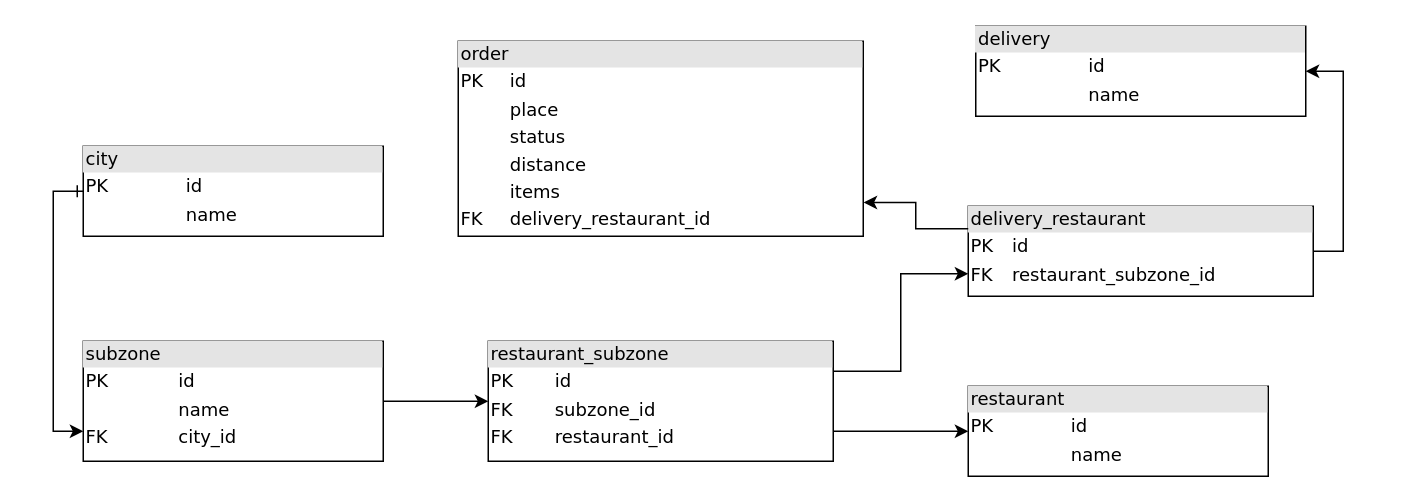
This is ErDiagram.drawio from kristinakd/kristinakd1, a draw.io file, before an edit. Source tidied: cells renumbered, new cells numbered last; positions are measured from the earlier drawing's top-left corner, leaving out a move shared by most shapes. Both pictures are drawn from the tidied source at 150%, with x=0, y=0 at pixel (82, 26).
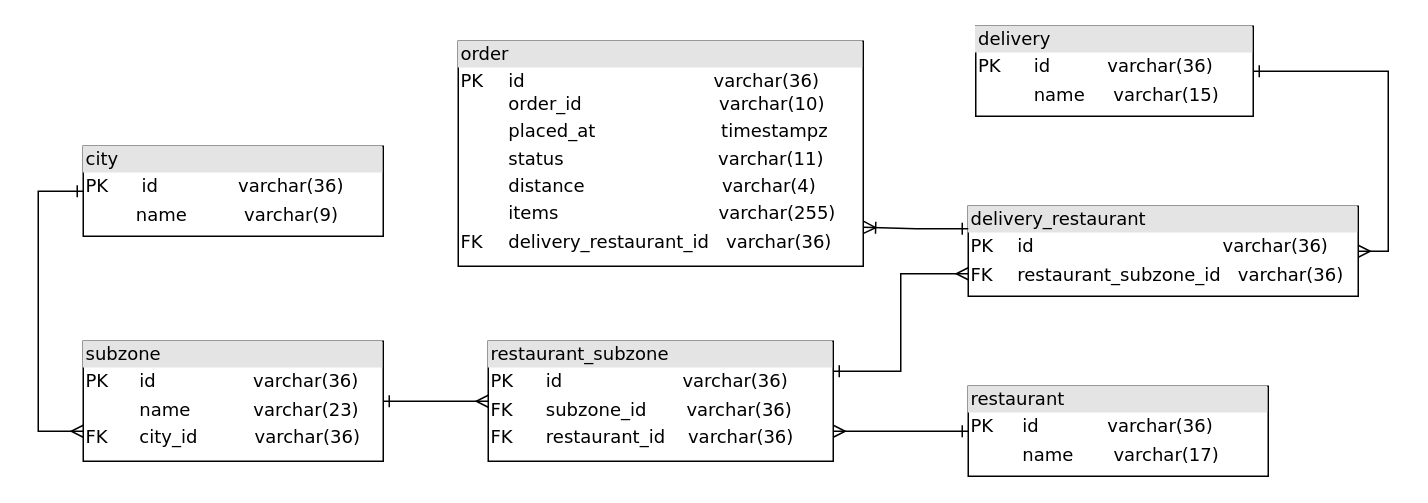
After the change.

The edit, as a diff of the source:
```diff
@@
 <mxGraphModel>
   <root>
     <mxCell id="0" />
     <mxCell id="1" parent="0" />
-    <mxCell id="2" value="&lt;div style=&quot;box-sizing: border-box; width: 100%; background-color: rgb(228, 228, 228); padding: 2px;&quot;&gt;order&lt;/div&gt;&lt;table style=&quot;width: 100% ; font-size: 1em&quot; cellpadding=&quot;2&quot; cellspacing=&quot;0&quot;&gt;&lt;tbody&gt;&lt;tr&gt;&lt;td&gt;PK&lt;/td&gt;&lt;td&gt;id&lt;/td&gt;&lt;/tr&gt;&lt;tr&gt;&lt;td&gt;&lt;br&gt;&lt;/td&gt;&lt;td&gt;place&lt;/td&gt;&lt;/tr&gt;&lt;tr&gt;&lt;td&gt;&lt;/td&gt;&lt;td&gt;status&lt;/td&gt;&lt;/tr&gt;&lt;tr&gt;&lt;td&gt;&lt;br&gt;&lt;/td&gt;&lt;td&gt;distance&lt;br&gt;&lt;/td&gt;&lt;/tr&gt;&lt;tr&gt;&lt;td&gt;&lt;br&gt;&lt;/td&gt;&lt;td&gt;items&lt;br&gt;&lt;/td&gt;&lt;/tr&gt;&lt;tr&gt;&lt;td&gt;FK&lt;br&gt;&lt;/td&gt;&lt;td&gt;delivery_restaurant_id&lt;/td&gt;&lt;/tr&gt;&lt;tr&gt;&lt;td&gt;&lt;/td&gt;&lt;td&gt;&lt;/td&gt;&lt;/tr&gt;&lt;/tbody&gt;&lt;/table&gt;" style="verticalAlign=top;align=left;overflow=fill;html=1;rounded=0;shadow=0;comic=0;labelBackgroundColor=none;strokeWidth=1;fontFamily=Verdana;fontSize=12;" parent="1" vertex="1">
-      <mxGeometry x="250" y="10" width="270" height="130" as="geometry" />
+    <mxCell id="2" value="&lt;div style=&quot;box-sizing: border-box; width: 100%; background-color: rgb(228, 228, 228); padding: 2px;&quot;&gt;order&lt;/div&gt;&lt;table style=&quot;width: 100% ; font-size: 1em&quot; cellpadding=&quot;2&quot; cellspacing=&quot;0&quot;&gt;&lt;tbody&gt;&lt;tr&gt;&lt;td&gt;PK&lt;br&gt;&lt;br&gt;&lt;/td&gt;&lt;td&gt;&amp;nbsp; &amp;nbsp;id &amp;nbsp; &amp;nbsp; &amp;nbsp; &amp;nbsp; &amp;nbsp; &amp;nbsp; &amp;nbsp; &amp;nbsp; &amp;nbsp; &amp;nbsp; &amp;nbsp; &amp;nbsp; &amp;nbsp; &amp;nbsp; &amp;nbsp; &amp;nbsp; varchar(36)&lt;br&gt;&amp;nbsp; &amp;nbsp;order_id &amp;nbsp; &amp;nbsp; &amp;nbsp; &amp;nbsp; &amp;nbsp; &amp;nbsp; &amp;nbsp; &amp;nbsp; &amp;nbsp; &amp;nbsp; &amp;nbsp; &amp;nbsp;varchar(10)&lt;/td&gt;&lt;/tr&gt;&lt;tr&gt;&lt;td&gt;&lt;br&gt;&lt;/td&gt;&lt;td&gt;&amp;nbsp; &amp;nbsp;placed_at &amp;nbsp; &amp;nbsp; &amp;nbsp; &amp;nbsp; &amp;nbsp; &amp;nbsp; &amp;nbsp; &amp;nbsp; &amp;nbsp; &amp;nbsp; &amp;nbsp;timestampz&lt;/td&gt;&lt;/tr&gt;&lt;tr&gt;&lt;td&gt;&lt;/td&gt;&lt;td&gt;&amp;nbsp; &amp;nbsp;status &amp;nbsp; &amp;nbsp; &amp;nbsp; &amp;nbsp; &amp;nbsp; &amp;nbsp; &amp;nbsp; &amp;nbsp; &amp;nbsp; &amp;nbsp; &amp;nbsp; &amp;nbsp; &amp;nbsp; varchar(11)&lt;/td&gt;&lt;/tr&gt;&lt;tr&gt;&lt;td&gt;&lt;br&gt;&lt;/td&gt;&lt;td&gt;&amp;nbsp; &amp;nbsp;distance &amp;nbsp; &amp;nbsp; &amp;nbsp; &amp;nbsp; &amp;nbsp; &amp;nbsp; &amp;nbsp; &amp;nbsp; &amp;nbsp; &amp;nbsp; &amp;nbsp; &amp;nbsp;varchar(4)&lt;br&gt;&lt;/td&gt;&lt;/tr&gt;&lt;tr&gt;&lt;td&gt;&lt;br&gt;&lt;/td&gt;&lt;td&gt;&amp;nbsp; &amp;nbsp;items &amp;nbsp; &amp;nbsp; &amp;nbsp; &amp;nbsp; &amp;nbsp; &amp;nbsp; &amp;nbsp; &amp;nbsp; &amp;nbsp; &amp;nbsp; &amp;nbsp; &amp;nbsp; &amp;nbsp; &amp;nbsp;varchar(255)&lt;br&gt;&lt;/td&gt;&lt;/tr&gt;&lt;tr&gt;&lt;td&gt;FK&lt;br&gt;&lt;/td&gt;&lt;td&gt;&amp;nbsp; &amp;nbsp;delivery_restaurant_id &amp;nbsp; varchar(36)&lt;/td&gt;&lt;/tr&gt;&lt;tr&gt;&lt;td&gt;&lt;/td&gt;&lt;td&gt;&lt;/td&gt;&lt;/tr&gt;&lt;/tbody&gt;&lt;/table&gt;" style="verticalAlign=top;align=left;overflow=fill;html=1;rounded=0;shadow=0;comic=0;labelBackgroundColor=none;strokeWidth=1;fontFamily=Verdana;fontSize=12;" parent="1" vertex="1">
+      <mxGeometry x="250" y="10" width="270" height="150" as="geometry" />
     </mxCell>
-    <mxCell id="3" value="&lt;div style=&quot;box-sizing: border-box; width: 100%; background-color: rgb(228, 228, 228); padding: 2px;&quot;&gt;delivery&lt;/div&gt;&lt;table style=&quot;width: 100% ; font-size: 1em&quot; cellpadding=&quot;2&quot; cellspacing=&quot;0&quot;&gt;&lt;tbody&gt;&lt;tr&gt;&lt;td&gt;PK&lt;/td&gt;&lt;td&gt;id&lt;/td&gt;&lt;/tr&gt;&lt;tr&gt;&lt;td&gt;&lt;br&gt;&lt;/td&gt;&lt;td&gt;name&lt;/td&gt;&lt;/tr&gt;&lt;tr&gt;&lt;td&gt;&lt;br&gt;&lt;/td&gt;&lt;td&gt;&lt;/td&gt;&lt;/tr&gt;&lt;/tbody&gt;&lt;/table&gt;" style="verticalAlign=top;align=left;overflow=fill;html=1;rounded=0;shadow=0;comic=0;labelBackgroundColor=none;strokeWidth=1;fontFamily=Verdana;fontSize=12;" parent="1" vertex="1">
-      <mxGeometry x="595" width="220" height="60" as="geometry" />
+    <mxCell id="3" value="&lt;div style=&quot;box-sizing: border-box; width: 100%; background-color: rgb(228, 228, 228); padding: 2px;&quot;&gt;delivery&lt;/div&gt;&lt;table style=&quot;width: 100% ; font-size: 1em&quot; cellpadding=&quot;2&quot; cellspacing=&quot;0&quot;&gt;&lt;tbody&gt;&lt;tr&gt;&lt;td&gt;PK&lt;/td&gt;&lt;td&gt;&amp;nbsp; &amp;nbsp; id &amp;nbsp; &amp;nbsp; &amp;nbsp; &amp;nbsp; &amp;nbsp;varchar(36)&lt;/td&gt;&lt;/tr&gt;&lt;tr&gt;&lt;td&gt;&lt;br&gt;&lt;/td&gt;&lt;td&gt;&amp;nbsp; &amp;nbsp; name &amp;nbsp; &amp;nbsp; varchar(15)&lt;/td&gt;&lt;/tr&gt;&lt;tr&gt;&lt;td&gt;&lt;br&gt;&lt;/td&gt;&lt;td&gt;&lt;/td&gt;&lt;/tr&gt;&lt;/tbody&gt;&lt;/table&gt;" style="verticalAlign=top;align=left;overflow=fill;html=1;rounded=0;shadow=0;comic=0;labelBackgroundColor=none;strokeWidth=1;fontFamily=Verdana;fontSize=12;" parent="1" vertex="1">
+      <mxGeometry x="595" width="185" height="60" as="geometry" />
     </mxCell>
-    <mxCell id="4" style="edgeStyle=orthogonalEdgeStyle;rounded=0;jettySize=auto;html=1;exitX=1;exitY=0.5;exitDx=0;exitDy=0;entryX=1;entryY=0.5;entryDx=0;entryDy=0;" parent="1" edge="1" source="5" target="3">
+    <mxCell id="4" style="edgeStyle=orthogonalEdgeStyle;rounded=0;jettySize=auto;html=1;exitX=1;exitY=0.5;exitDx=0;exitDy=0;entryX=1;entryY=0.5;entryDx=0;entryDy=0;startArrow=ERmany;startFill=0;endArrow=ERone;endFill=0;" parent="1" edge="1" source="5" target="3">
       <mxGeometry relative="1" as="geometry" />
     </mxCell>
-    <mxCell id="5" value="&lt;div style=&quot;box-sizing: border-box; width: 100%; background-color: rgb(228, 228, 228); padding: 2px;&quot;&gt;delivery_restaurant&lt;/div&gt;&lt;table style=&quot;width: 100% ; font-size: 1em&quot; cellpadding=&quot;2&quot; cellspacing=&quot;0&quot;&gt;&lt;tbody&gt;&lt;tr&gt;&lt;td&gt;PK&lt;/td&gt;&lt;td&gt;id&lt;/td&gt;&lt;/tr&gt;&lt;tr&gt;&lt;td&gt;FK&lt;/td&gt;&lt;td&gt;restaurant_subzone_id&lt;br&gt;&lt;/td&gt;&lt;/tr&gt;&lt;tr&gt;&lt;td&gt;&lt;br&gt;&lt;/td&gt;&lt;td&gt;&lt;/td&gt;&lt;/tr&gt;&lt;tr&gt;&lt;td&gt;&lt;br&gt;&lt;/td&gt;&lt;td&gt;&lt;/td&gt;&lt;/tr&gt;&lt;/tbody&gt;&lt;/table&gt;" style="verticalAlign=top;align=left;overflow=fill;html=1;rounded=0;shadow=0;comic=0;labelBackgroundColor=none;strokeWidth=1;fontFamily=Verdana;fontSize=12;" parent="1" vertex="1">
-      <mxGeometry x="590" y="120" width="230" height="60" as="geometry" />
+    <mxCell id="5" value="&lt;div style=&quot;box-sizing: border-box; width: 100%; background-color: rgb(228, 228, 228); padding: 2px;&quot;&gt;delivery_restaurant&lt;/div&gt;&lt;table style=&quot;width: 100% ; font-size: 1em&quot; cellpadding=&quot;2&quot; cellspacing=&quot;0&quot;&gt;&lt;tbody&gt;&lt;tr&gt;&lt;td&gt;PK&lt;/td&gt;&lt;td&gt;&amp;nbsp; &amp;nbsp;id &amp;nbsp; &amp;nbsp; &amp;nbsp; &amp;nbsp; &amp;nbsp; &amp;nbsp; &amp;nbsp; &amp;nbsp; &amp;nbsp; &amp;nbsp; &amp;nbsp; &amp;nbsp; &amp;nbsp; &amp;nbsp; &amp;nbsp; &amp;nbsp; varchar(36)&lt;/td&gt;&lt;/tr&gt;&lt;tr&gt;&lt;td&gt;FK&lt;/td&gt;&lt;td&gt;&amp;nbsp; &amp;nbsp;restaurant_subzone_id&amp;nbsp;&amp;nbsp; varchar(36)&lt;br&gt;&lt;/td&gt;&lt;/tr&gt;&lt;tr&gt;&lt;td&gt;&lt;br&gt;&lt;/td&gt;&lt;td&gt;&lt;/td&gt;&lt;/tr&gt;&lt;tr&gt;&lt;td&gt;&lt;br&gt;&lt;/td&gt;&lt;td&gt;&lt;/td&gt;&lt;/tr&gt;&lt;/tbody&gt;&lt;/table&gt;" style="verticalAlign=top;align=left;overflow=fill;html=1;rounded=0;shadow=0;comic=0;labelBackgroundColor=none;strokeWidth=1;fontFamily=Verdana;fontSize=12;" parent="1" vertex="1">
+      <mxGeometry x="590" y="120" width="260" height="60" as="geometry" />
     </mxCell>
-    <mxCell id="6" style="edgeStyle=orthogonalEdgeStyle;rounded=0;jettySize=auto;html=1;exitX=0;exitY=0.25;exitDx=0;exitDy=0;entryX=1.001;entryY=0.827;entryDx=0;entryDy=0;entryPerimeter=0;" parent="1" edge="1" source="5" target="2">
+    <mxCell id="6" style="edgeStyle=orthogonalEdgeStyle;rounded=0;jettySize=auto;html=1;exitX=0;exitY=0.25;exitDx=0;exitDy=0;entryX=1.001;entryY=0.827;entryDx=0;entryDy=0;entryPerimeter=0;endArrow=ERoneToMany;endFill=0;startArrow=ERone;startFill=0;" parent="1" edge="1" source="5" target="2">
       <mxGeometry relative="1" as="geometry" />
     </mxCell>
-    <mxCell id="7" value="&lt;div style=&quot;box-sizing: border-box; width: 100%; background-color: rgb(228, 228, 228); padding: 2px;&quot;&gt;restaurant&lt;br&gt;&lt;/div&gt;&lt;table style=&quot;width: 100% ; font-size: 1em&quot; cellpadding=&quot;2&quot; cellspacing=&quot;0&quot;&gt;&lt;tbody&gt;&lt;tr&gt;&lt;td&gt;PK&lt;/td&gt;&lt;td&gt;id&lt;/td&gt;&lt;/tr&gt;&lt;tr&gt;&lt;td&gt;&lt;br&gt;&lt;/td&gt;&lt;td&gt;name&lt;/td&gt;&lt;/tr&gt;&lt;tr&gt;&lt;td&gt;&lt;br&gt;&lt;/td&gt;&lt;td&gt;&lt;br&gt;&lt;/td&gt;&lt;/tr&gt;&lt;/tbody&gt;&lt;/table&gt;" style="verticalAlign=top;align=left;overflow=fill;html=1;rounded=0;shadow=0;comic=0;labelBackgroundColor=none;strokeWidth=1;fontFamily=Verdana;fontSize=12;" parent="1" vertex="1">
+    <mxCell id="7" value="&lt;div style=&quot;box-sizing: border-box; width: 100%; background-color: rgb(228, 228, 228); padding: 2px;&quot;&gt;restaurant&lt;br&gt;&lt;/div&gt;&lt;table style=&quot;width: 100% ; font-size: 1em&quot; cellpadding=&quot;2&quot; cellspacing=&quot;0&quot;&gt;&lt;tbody&gt;&lt;tr&gt;&lt;td&gt;PK&lt;/td&gt;&lt;td&gt;&amp;nbsp; &amp;nbsp;id &amp;nbsp; &amp;nbsp; &amp;nbsp; &amp;nbsp; &amp;nbsp; &amp;nbsp;varchar(36)&lt;/td&gt;&lt;/tr&gt;&lt;tr&gt;&lt;td&gt;&lt;br&gt;&lt;/td&gt;&lt;td&gt;&amp;nbsp; &amp;nbsp;name &amp;nbsp; &amp;nbsp; &amp;nbsp; varchar(17)&lt;/td&gt;&lt;/tr&gt;&lt;tr&gt;&lt;td&gt;&lt;br&gt;&lt;/td&gt;&lt;td&gt;&lt;br&gt;&lt;/td&gt;&lt;/tr&gt;&lt;/tbody&gt;&lt;/table&gt;" style="verticalAlign=top;align=left;overflow=fill;html=1;rounded=0;shadow=0;comic=0;labelBackgroundColor=none;strokeWidth=1;fontFamily=Verdana;fontSize=12;" parent="1" vertex="1">
       <mxGeometry x="590" y="240" width="200" height="60" as="geometry" />
     </mxCell>
-    <mxCell id="8" style="edgeStyle=orthogonalEdgeStyle;rounded=0;jettySize=auto;html=1;exitX=1;exitY=0.75;exitDx=0;exitDy=0;entryX=0;entryY=0.5;entryDx=0;entryDy=0;" parent="1" edge="1" source="10" target="7">
+    <mxCell id="8" style="edgeStyle=orthogonalEdgeStyle;rounded=0;jettySize=auto;html=1;exitX=1;exitY=0.75;exitDx=0;exitDy=0;entryX=0;entryY=0.5;entryDx=0;entryDy=0;startArrow=ERmany;startFill=0;endArrow=ERone;endFill=0;" parent="1" edge="1" source="10" target="7">
       <mxGeometry relative="1" as="geometry" />
     </mxCell>
-    <mxCell id="9" style="edgeStyle=orthogonalEdgeStyle;rounded=0;jettySize=auto;html=1;exitX=1;exitY=0.25;exitDx=0;exitDy=0;entryX=0;entryY=0.75;entryDx=0;entryDy=0;" parent="1" edge="1" source="10" target="5">
+    <mxCell id="9" style="edgeStyle=orthogonalEdgeStyle;rounded=0;jettySize=auto;html=1;exitX=1;exitY=0.25;exitDx=0;exitDy=0;entryX=0;entryY=0.75;entryDx=0;entryDy=0;startArrow=ERone;startFill=0;endArrow=ERmany;endFill=0;" parent="1" edge="1" source="10" target="5">
       <mxGeometry relative="1" as="geometry" />
     </mxCell>
-    <mxCell id="10" value="&lt;div style=&quot;box-sizing: border-box; width: 100%; background-color: rgb(228, 228, 228); padding: 2px;&quot;&gt;restaurant_subzone&lt;/div&gt;&lt;table style=&quot;width: 100% ; font-size: 1em&quot; cellpadding=&quot;2&quot; cellspacing=&quot;0&quot;&gt;&lt;tbody&gt;&lt;tr&gt;&lt;td&gt;PK&lt;/td&gt;&lt;td&gt;id&lt;/td&gt;&lt;/tr&gt;&lt;tr&gt;&lt;td&gt;FK&lt;/td&gt;&lt;td&gt;subzone_id&lt;/td&gt;&lt;/tr&gt;&lt;tr&gt;&lt;td&gt;FK&lt;/td&gt;&lt;td&gt;restaurant_id&lt;/td&gt;&lt;/tr&gt;&lt;tr&gt;&lt;td&gt;&lt;br&gt;&lt;/td&gt;&lt;td&gt;&lt;/td&gt;&lt;/tr&gt;&lt;/tbody&gt;&lt;/table&gt;" style="verticalAlign=top;align=left;overflow=fill;html=1;rounded=0;shadow=0;comic=0;labelBackgroundColor=none;strokeWidth=1;fontFamily=Verdana;fontSize=12;" parent="1" vertex="1">
+    <mxCell id="10" value="&lt;div style=&quot;box-sizing: border-box; width: 100%; background-color: rgb(228, 228, 228); padding: 2px;&quot;&gt;restaurant_subzone&lt;/div&gt;&lt;table style=&quot;width: 100% ; font-size: 1em&quot; cellpadding=&quot;2&quot; cellspacing=&quot;0&quot;&gt;&lt;tbody&gt;&lt;tr&gt;&lt;td&gt;PK&lt;/td&gt;&lt;td&gt;&amp;nbsp; &amp;nbsp; id &amp;nbsp; &amp;nbsp; &amp;nbsp; &amp;nbsp; &amp;nbsp; &amp;nbsp; &amp;nbsp; &amp;nbsp; &amp;nbsp;&amp;nbsp;&amp;nbsp; varchar(36)&lt;/td&gt;&lt;/tr&gt;&lt;tr&gt;&lt;td&gt;FK&lt;/td&gt;&lt;td&gt;&amp;nbsp; &amp;nbsp; subzone_id &amp;nbsp; &amp;nbsp; &amp;nbsp; varchar(36)&lt;/td&gt;&lt;/tr&gt;&lt;tr&gt;&lt;td&gt;FK&lt;/td&gt;&lt;td&gt;&amp;nbsp; &amp;nbsp; restaurant_id&amp;nbsp;&amp;nbsp;&amp;nbsp; varchar(36)&lt;/td&gt;&lt;/tr&gt;&lt;tr&gt;&lt;td&gt;&lt;br&gt;&lt;/td&gt;&lt;td&gt;&lt;/td&gt;&lt;/tr&gt;&lt;/tbody&gt;&lt;/table&gt;" style="verticalAlign=top;align=left;overflow=fill;html=1;rounded=0;shadow=0;comic=0;labelBackgroundColor=none;strokeWidth=1;fontFamily=Verdana;fontSize=12;" parent="1" vertex="1">
       <mxGeometry x="270" y="210" width="230" height="80" as="geometry" />
     </mxCell>
-    <mxCell id="11" style="edgeStyle=orthogonalEdgeStyle;rounded=0;jettySize=auto;html=1;exitX=1;exitY=0.5;exitDx=0;exitDy=0;entryX=0;entryY=0.5;entryDx=0;entryDy=0;" parent="1" edge="1" source="12" target="10">
+    <mxCell id="11" style="edgeStyle=orthogonalEdgeStyle;rounded=0;jettySize=auto;html=1;exitX=1;exitY=0.5;exitDx=0;exitDy=0;entryX=0;entryY=0.5;entryDx=0;entryDy=0;startArrow=ERone;startFill=0;endArrow=ERmany;endFill=0;" parent="1" edge="1" source="12" target="10">
       <mxGeometry relative="1" as="geometry" />
     </mxCell>
-    <mxCell id="12" value="&lt;div style=&quot;box-sizing: border-box; width: 100%; background-color: rgb(228, 228, 228); padding: 2px;&quot;&gt;subzone&lt;/div&gt;&lt;table style=&quot;width: 100% ; font-size: 1em&quot; cellpadding=&quot;2&quot; cellspacing=&quot;0&quot;&gt;&lt;tbody&gt;&lt;tr&gt;&lt;td&gt;PK&lt;/td&gt;&lt;td&gt;id&lt;/td&gt;&lt;/tr&gt;&lt;tr&gt;&lt;td&gt;&lt;br&gt;&lt;/td&gt;&lt;td&gt;name&lt;/td&gt;&lt;/tr&gt;&lt;tr&gt;&lt;td&gt;FK&lt;/td&gt;&lt;td&gt;city_id&lt;/td&gt;&lt;/tr&gt;&lt;/tbody&gt;&lt;/table&gt;" style="verticalAlign=top;align=left;overflow=fill;html=1;rounded=0;shadow=0;comic=0;labelBackgroundColor=none;strokeWidth=1;fontFamily=Verdana;fontSize=12;" parent="1" vertex="1">
+    <mxCell id="12" value="&lt;div style=&quot;box-sizing: border-box; width: 100%; background-color: rgb(228, 228, 228); padding: 2px;&quot;&gt;subzone&lt;/div&gt;&lt;table style=&quot;width: 100% ; font-size: 1em&quot; cellpadding=&quot;2&quot; cellspacing=&quot;0&quot;&gt;&lt;tbody&gt;&lt;tr&gt;&lt;td&gt;PK&lt;/td&gt;&lt;td&gt;&amp;nbsp; &amp;nbsp; id &amp;nbsp; &amp;nbsp; &amp;nbsp; &amp;nbsp; &amp;nbsp; &amp;nbsp; &amp;nbsp; &amp;nbsp; varchar(36)&lt;/td&gt;&lt;/tr&gt;&lt;tr&gt;&lt;td&gt;&lt;br&gt;&lt;/td&gt;&lt;td&gt;&amp;nbsp; &amp;nbsp; name &amp;nbsp; &amp;nbsp; &amp;nbsp; &amp;nbsp; &amp;nbsp; varchar(23)&lt;/td&gt;&lt;/tr&gt;&lt;tr&gt;&lt;td&gt;FK&lt;/td&gt;&lt;td&gt;&amp;nbsp; &amp;nbsp; city_id &amp;nbsp; &amp;nbsp; &amp;nbsp; &amp;nbsp; &amp;nbsp;varchar(36)&lt;/td&gt;&lt;/tr&gt;&lt;/tbody&gt;&lt;/table&gt;" style="verticalAlign=top;align=left;overflow=fill;html=1;rounded=0;shadow=0;comic=0;labelBackgroundColor=none;strokeWidth=1;fontFamily=Verdana;fontSize=12;" parent="1" vertex="1">
       <mxGeometry y="210" width="200" height="80" as="geometry" />
     </mxCell>
-    <mxCell id="13" style="edgeStyle=orthogonalEdgeStyle;rounded=0;jettySize=auto;html=1;exitX=0;exitY=0.5;exitDx=0;exitDy=0;entryX=0;entryY=0.75;entryDx=0;entryDy=0;startArrow=ERone;startFill=0;" parent="1" edge="1" source="14" target="12">
-      <mxGeometry relative="1" as="geometry" />
+    <mxCell id="13" style="edgeStyle=orthogonalEdgeStyle;rounded=0;jettySize=auto;html=1;exitX=0;exitY=0.5;exitDx=0;exitDy=0;entryX=0;entryY=0.75;entryDx=0;entryDy=0;startArrow=ERone;startFill=0;endArrow=ERmany;endFill=0;" parent="1" edge="1" source="14" target="12">
+      <mxGeometry relative="1" as="geometry">
+        <Array as="points">
+          <mxPoint x="-30" y="110" />
+          <mxPoint x="-30" y="270" />
+        </Array>
+      </mxGeometry>
     </mxCell>
-    <mxCell id="14" value="&lt;div style=&quot;box-sizing: border-box; width: 100%; background-color: rgb(228, 228, 228); padding: 2px;&quot;&gt;city&lt;/div&gt;&lt;table style=&quot;width: 100% ; font-size: 1em&quot; cellpadding=&quot;2&quot; cellspacing=&quot;0&quot;&gt;&lt;tbody&gt;&lt;tr&gt;&lt;td&gt;PK&lt;/td&gt;&lt;td&gt;id&lt;/td&gt;&lt;/tr&gt;&lt;tr&gt;&lt;td&gt;&lt;br&gt;&lt;/td&gt;&lt;td&gt;name&lt;/td&gt;&lt;/tr&gt;&lt;tr&gt;&lt;td&gt;&lt;br&gt;&lt;/td&gt;&lt;td&gt;&lt;br&gt;&lt;/td&gt;&lt;/tr&gt;&lt;/tbody&gt;&lt;/table&gt;" style="verticalAlign=top;align=left;overflow=fill;html=1;rounded=0;shadow=0;comic=0;labelBackgroundColor=none;strokeWidth=1;fontFamily=Verdana;fontSize=12;" parent="1" vertex="1">
+    <mxCell id="14" value="&lt;div style=&quot;box-sizing: border-box; width: 100%; background-color: rgb(228, 228, 228); padding: 2px;&quot;&gt;city&lt;/div&gt;&lt;table style=&quot;width: 100% ; font-size: 1em&quot; cellpadding=&quot;2&quot; cellspacing=&quot;0&quot;&gt;&lt;tbody&gt;&lt;tr&gt;&lt;td&gt;PK&lt;/td&gt;&lt;td&gt;&amp;nbsp; &amp;nbsp; id &amp;nbsp; &amp;nbsp; &amp;nbsp; &amp;nbsp; &amp;nbsp; &amp;nbsp; &amp;nbsp;varchar(36)&lt;/td&gt;&lt;/tr&gt;&lt;tr&gt;&lt;td&gt;&lt;br&gt;&lt;/td&gt;&lt;td&gt;&amp;nbsp; &amp;nbsp;name&amp;nbsp;&amp;nbsp; &amp;nbsp; &amp;nbsp; &amp;nbsp; &amp;nbsp;varchar(9)&lt;/td&gt;&lt;/tr&gt;&lt;tr&gt;&lt;td&gt;&lt;br&gt;&lt;/td&gt;&lt;td&gt;&lt;br&gt;&lt;/td&gt;&lt;/tr&gt;&lt;/tbody&gt;&lt;/table&gt;" style="verticalAlign=top;align=left;overflow=fill;html=1;rounded=0;shadow=0;comic=0;labelBackgroundColor=none;strokeWidth=1;fontFamily=Verdana;fontSize=12;" parent="1" vertex="1">
       <mxGeometry y="80" width="200" height="60" as="geometry" />
     </mxCell>
   </root>
 </mxGraphModel>
```
